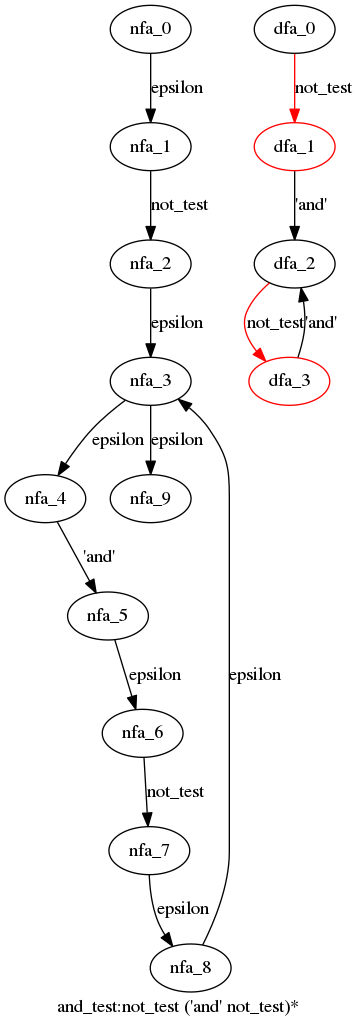
Before: cpython/grammar/handwrite/nfa_dfas/55.and_test.dot.png, a diagram exported from Graphviz (WinChua/blog). Its source is kept beside it as cpython/grammar/handwrite/nfa_dfas/55.and_test.dot. Source of this version:
```dot
digraph and_test {
 graph[label="and_test:not_test ('and' not_test)*"]
 subgraph and_test_nfa {
  nfa_0->nfa_1[label="epsilon"]
  nfa_1->nfa_2[label="not_test"]
  nfa_2->nfa_3[label="epsilon"]
  nfa_3->nfa_4[label="epsilon"]
  nfa_4->nfa_5[label="'and'"]
  nfa_5->nfa_6[label="epsilon"]
  nfa_6->nfa_7[label="not_test"]
  nfa_7->nfa_8[label="epsilon"]
  nfa_8->nfa_3[label="epsilon"]
  nfa_3->nfa_9[label="epsilon"]
  }
 subgraph and_test_dfa {
  dfa_0->dfa_1[label="not_test",color=red]
  dfa_1->dfa_2[label="'and'"]
  dfa_2->dfa_3[label="not_test",color=red]
  dfa_3->dfa_2[label="'and'"]
  dfa_1[color=red]
  dfa_3[color=red]
  }
}
```
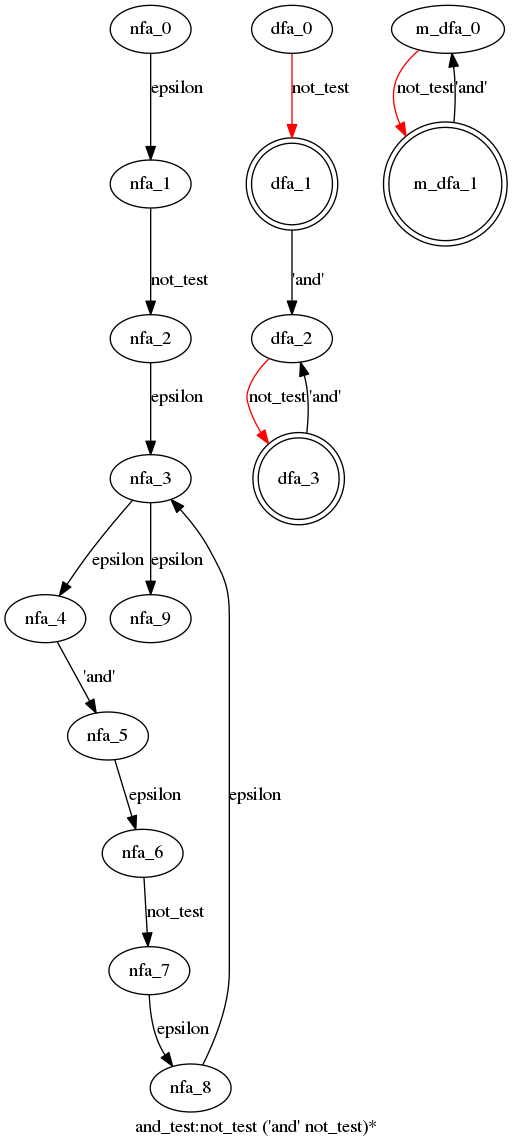
After the change.

Diff of the diagram source:
```diff
@@ -17,7 +17,12 @@
   dfa_1->dfa_2[label="'and'"]
   dfa_2->dfa_3[label="not_test",color=red]
   dfa_3->dfa_2[label="'and'"]
-  dfa_1[color=red]
-  dfa_3[color=red]
+  dfa_1[shape=doublecircle]
+  dfa_3[shape=doublecircle]
+  }
+ subgraph and_test_m_dfa {
+  m_dfa_0->m_dfa_1[label="not_test",color=red]
+  m_dfa_1->m_dfa_0[label="'and'"]
+  m_dfa_1[shape=doublecircle]
   }
 }
```
